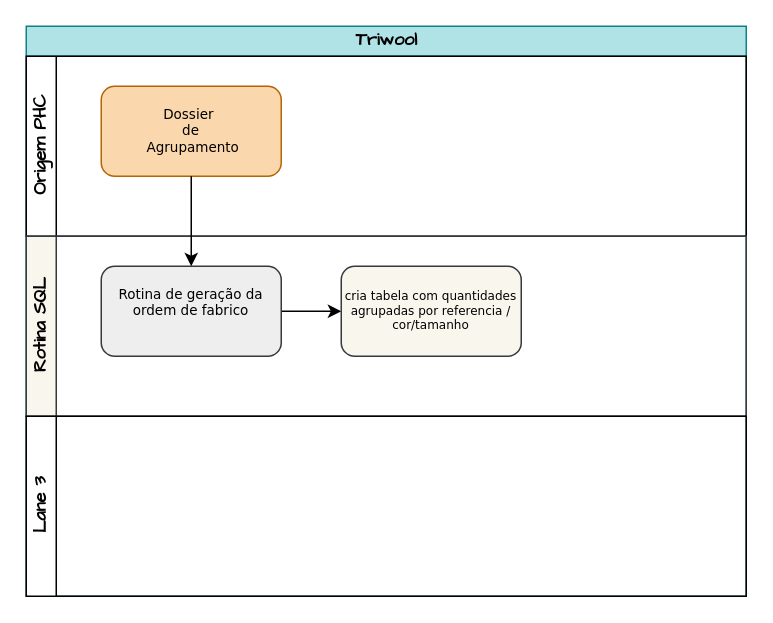
This is FichaTecnica_Triwool.drawio from cajolee73/cajolee73, a draw.io file, before an edit. Source tidied: cells renumbered, new cells numbered last; positions are measured from the earlier drawing's top-left corner, leaving out a move shared by most shapes. Both pictures are drawn from the tidied source at 150%, with x=0, y=0 at pixel (26, 26).
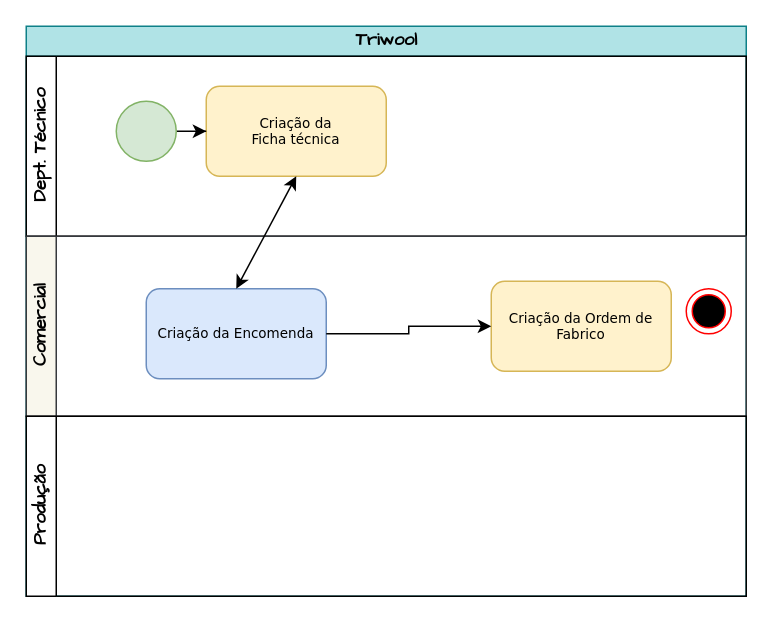
Above is the later version.

The edit, as a diff of the source:
```diff
@@
 <mxGraphModel>
   <root>
     <mxCell id="0" />
     <mxCell id="1" parent="0" />
     <mxCell id="2" value="Triwool" style="swimlane;horizontal=1;startSize=20;html=1;hachureGap=4;fontFamily=Architects Daughter;fillColor=#b0e3e6;strokeColor=#0e8088;sketchStyle=rough;" parent="1" vertex="1">
       <mxGeometry width="480" height="380" as="geometry" />
     </mxCell>
-    <mxCell id="3" value="Origem PHC" style="swimlane;startSize=20;horizontal=0;html=1;hachureGap=4;fontFamily=Architects Daughter;sketchStyle=rough;" parent="2" vertex="1">
+    <mxCell id="3" value="Dept. Técnico" style="swimlane;startSize=20;horizontal=0;html=1;hachureGap=4;fontFamily=Architects Daughter;sketchStyle=rough;" parent="2" vertex="1">
       <mxGeometry y="20" width="480" height="120" as="geometry" />
     </mxCell>
-    <mxCell id="4" value="Dossier&amp;nbsp;&lt;div&gt;de&lt;div&gt;&amp;nbsp;Agrupamento&lt;/div&gt;&lt;/div&gt;" style="rounded=1;whiteSpace=wrap;hachureGap=4;fontFamily=Verdana;fillColor=#fad7ac;strokeColor=#b46504;fillStyle=solid;sketchStyle=rough;html=1;fontSize=9;" parent="3" vertex="1">
-      <mxGeometry x="50" y="20" width="120" height="60" as="geometry" />
+    <mxCell id="4" value="Criação da&lt;div&gt;Ficha técnica&lt;/div&gt;" style="rounded=1;whiteSpace=wrap;hachureGap=4;fontFamily=Verdana;fillColor=#fff2cc;strokeColor=#d6b656;fillStyle=solid;sketchStyle=rough;html=1;fontSize=9;" parent="3" vertex="1">
+      <mxGeometry x="120" y="20" width="120" height="60" as="geometry" />
     </mxCell>
+    <mxCell id="11" style="edgeStyle=orthogonalEdgeStyle;rounded=0;jettySize=auto;html=1;" parent="3" edge="1" source="12" target="4">
+      <mxGeometry relative="1" as="geometry" />
+    </mxCell>
+    <mxCell id="12" style="ellipse;whiteSpace=wrap;html=1;fillColor=#d5e8d4;strokeColor=#82b366;" parent="3" vertex="1">
+      <mxGeometry x="60" y="30" width="40" height="40" as="geometry" />
+    </mxCell>
-    <mxCell id="5" value="Rotina SQL" style="swimlane;startSize=20;horizontal=0;html=1;hachureGap=4;fontFamily=Architects Daughter;sketchStyle=rough;fillColor=#f9f7ed;strokeColor=#36393d;" parent="2" vertex="1">
+    <mxCell id="5" value="Comercial" style="swimlane;startSize=20;horizontal=0;html=1;hachureGap=4;fontFamily=Architects Daughter;sketchStyle=rough;fillColor=#f9f7ed;strokeColor=#36393d;" parent="2" vertex="1">
       <mxGeometry y="140" width="480" height="120" as="geometry" />
     </mxCell>
-    <mxCell id="6" style="edgeStyle=orthogonalEdgeStyle;rounded=0;jettySize=auto;html=1;" parent="5" edge="1" source="7" target="8">
-      <mxGeometry relative="1" as="geometry" />
-    </mxCell>
-    <mxCell id="7" value="Rotina de geração da ordem de fabrico&lt;div style=&quot;font-size: 9px;&quot;&gt;&lt;br style=&quot;font-size: 9px;&quot;&gt;&lt;/div&gt;" style="whiteSpace=wrap;html=1;fontFamily=Verdana;fillColor=#eeeeee;strokeColor=#36393d;rounded=1;hachureGap=4;fillStyle=solid;sketchStyle=rough;fontSize=9;" parent="5" vertex="1">
-      <mxGeometry x="50" y="20" width="120" height="60" as="geometry" />
-    </mxCell>
-    <mxCell id="8" value="cria tabela com quantidades agrupadas por referencia / cor/tamanho" style="whiteSpace=wrap;html=1;fontSize=8;fontFamily=Verdana;fillColor=#f9f7ed;strokeColor=#36393d;rounded=1;hachureGap=4;fillStyle=solid;sketchStyle=rough;" parent="5" vertex="1">
-      <mxGeometry x="210" y="20" width="120" height="60" as="geometry" />
-    </mxCell>
+    <mxCell id="13" style="ellipse;html=1;shape=endState;fillColor=#000000;strokeColor=#ff0000;" parent="5" vertex="1">
+      <mxGeometry x="440" y="35" width="30" height="30" as="geometry" />
+    </mxCell>
+    <mxCell id="14" value="Criação da Encomenda" style="whiteSpace=wrap;html=1;fontSize=9;fontFamily=Verdana;fillColor=#dae8fc;strokeColor=#6c8ebf;rounded=1;hachureGap=4;fillStyle=solid;sketchStyle=rough;" parent="5" vertex="1">
+      <mxGeometry x="80" y="35" width="120" height="60" as="geometry" />
+    </mxCell>
+    <mxCell id="15" value="Criação da Ordem de Fabrico" style="whiteSpace=wrap;html=1;fontSize=9;fontFamily=Verdana;fillColor=#fff2cc;strokeColor=#d6b656;rounded=1;hachureGap=4;fillStyle=solid;sketchStyle=rough;" parent="5" vertex="1">
+      <mxGeometry x="310" y="30" width="120" height="60" as="geometry" />
+    </mxCell>
+    <mxCell id="16" style="edgeStyle=orthogonalEdgeStyle;rounded=0;jettySize=auto;html=1;" parent="5" edge="1" source="14" target="15">
+      <mxGeometry relative="1" as="geometry" />
+    </mxCell>
-    <mxCell id="9" value="Lane 3" style="swimlane;startSize=20;horizontal=0;html=1;hachureGap=4;fontFamily=Architects Daughter;sketchStyle=rough;" parent="2" vertex="1">
+    <mxCell id="9" value="Produção" style="swimlane;startSize=20;horizontal=0;html=1;hachureGap=4;fontFamily=Architects Daughter;sketchStyle=rough;" parent="2" vertex="1">
       <mxGeometry y="260" width="480" height="120" as="geometry" />
     </mxCell>
-    <mxCell id="10" style="edgeStyle=orthogonalEdgeStyle;rounded=0;hachureGap=4;jettySize=auto;html=1;fontFamily=Architects Daughter;fontSize=12;fontColor=#000000;sketchStyle=rough;" parent="2" edge="1" source="4" target="7">
-      <mxGeometry relative="1" as="geometry" />
-    </mxCell>
+    <mxCell id="17" style="endArrow=classic;startArrow=classic;html=1;rounded=0;entryX=0.5;entryY=1;entryDx=0;entryDy=0;exitX=0.5;exitY=0;exitDx=0;exitDy=0;" parent="2" edge="1" source="14" target="4">
+      <mxGeometry relative="1" as="geometry" />
+    </mxCell>
   </root>
 </mxGraphModel>
```
